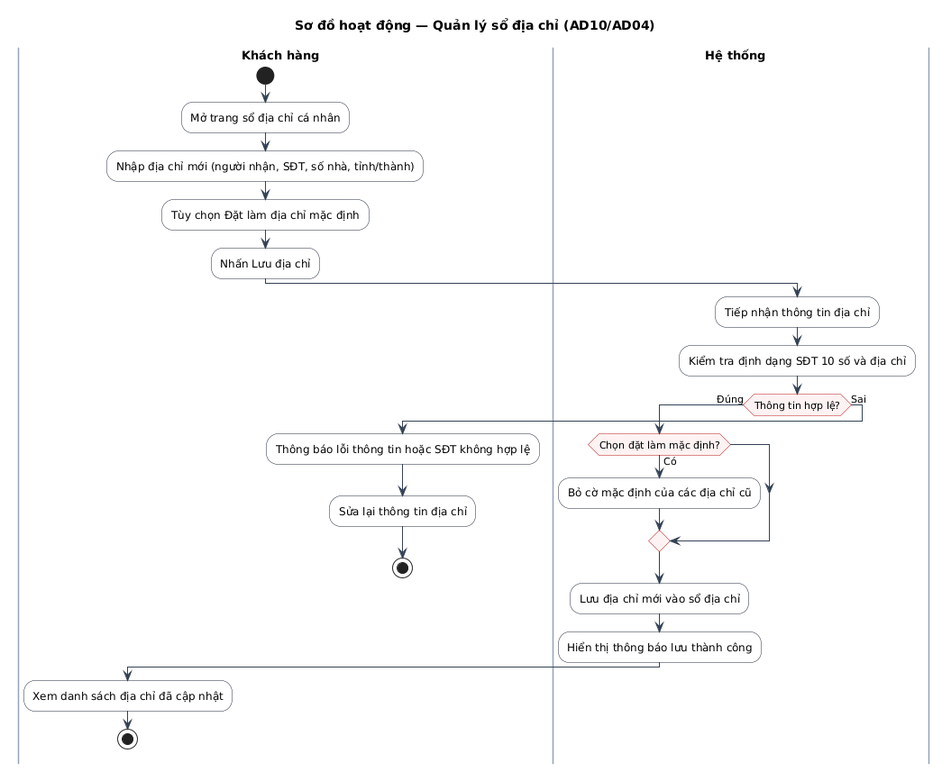
dungtttd01702-coder/vamos-store keeps this PlantUML diagram as docs/diagrams/activity/AD10_QUAN_LY_SO_DIA_CHI.png. Above is the earlier version. Source of this version:
```plantuml
@startuml
title Sơ đồ hoạt động — Quản lý sổ địa chỉ (AD10/AD04)

skinparam defaultFontName "Arial"
skinparam defaultFontSize 12
skinparam ActivityFontSize 12
skinparam ActivityBorderColor #1e293b
skinparam ActivityBackgroundColor #ffffff
skinparam ActivityDiamondBorderColor #b91c1c
skinparam ActivityDiamondBackgroundColor #fef2f2
skinparam ActivityDiamondFontSize 11
skinparam ArrowColor #334155
skinparam ArrowFontSize 11
skinparam SwimlaneTitleFontSize 13
skinparam SwimlaneTitleFontStyle bold
skinparam SwimlaneBorderColor #94a3b8
skinparam SwimlaneWidth same

|Khách hàng|
start
:Mở trang sổ địa chỉ cá nhân;
:Nhập địa chỉ mới (người nhận, SĐT, số nhà, tỉnh/thành);
:Tùy chọn Đặt làm địa chỉ mặc định;
:Nhấn Lưu địa chỉ;

|Hệ thống|
:Tiếp nhận thông tin địa chỉ;
:Kiểm tra định dạng SĐT 10 số và địa chỉ;
if (Thông tin hợp lệ?) then (Đúng)
  if (Chọn đặt làm mặc định?) then (Có)
    :Bỏ cờ mặc định của các địa chỉ cũ;
  endif
  :Lưu địa chỉ mới vào sổ địa chỉ;
  :Hiển thị thông báo lưu thành công;
  |Khách hàng|
  :Xem danh sách địa chỉ đã cập nhật;
  stop
else (Sai)
  :Thông báo lỗi thông tin hoặc SĐT không hợp lệ;
  |Khách hàng|
  :Sửa lại thông tin địa chỉ;
  stop
endif
@enduml
```
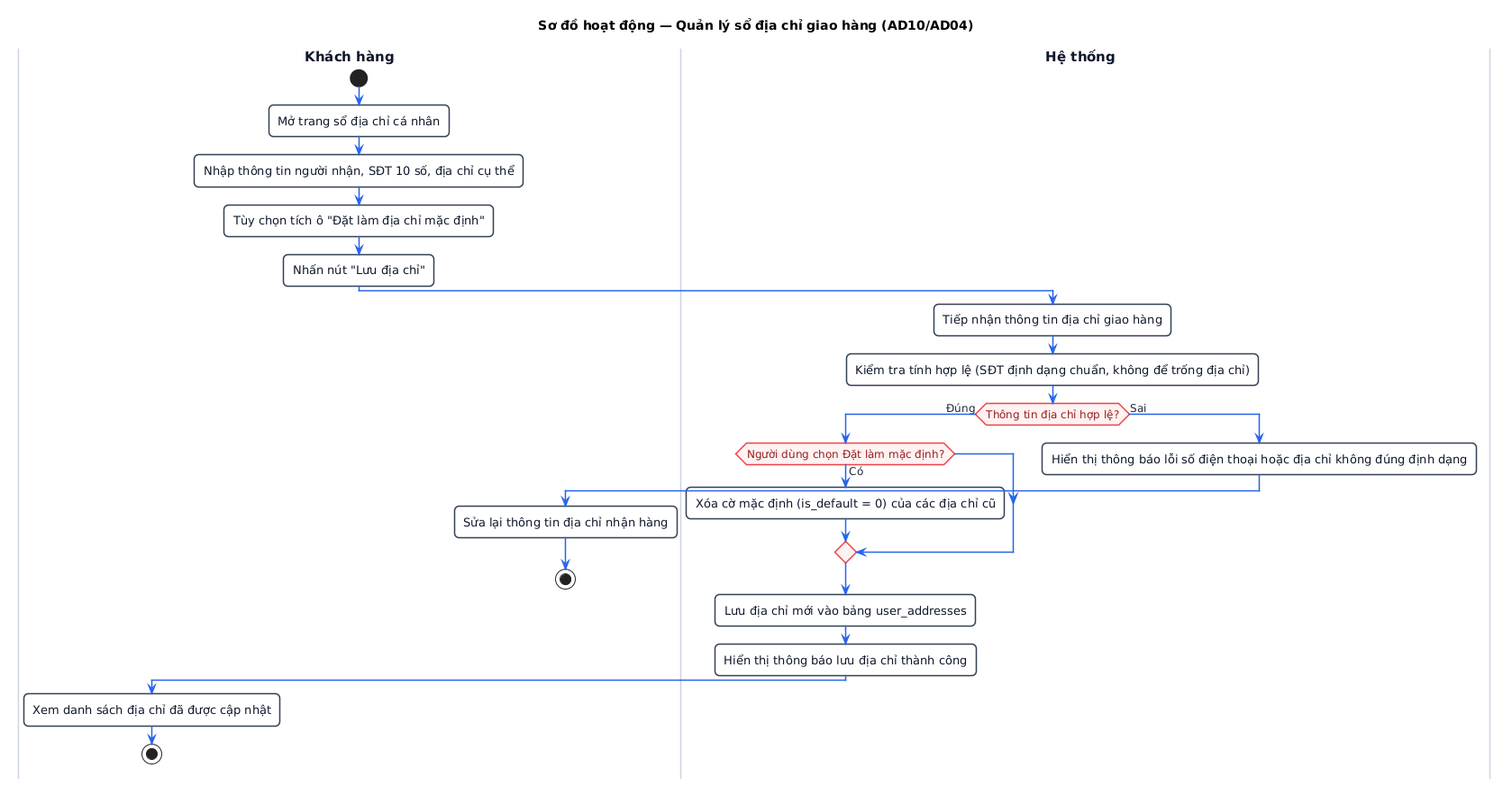
Above is the later version.

The edit, as a diff of the source:
```diff
@@ -1,44 +1,61 @@
 @startuml
-title Sơ đồ hoạt động — Quản lý sổ địa chỉ (AD10/AD04)
+title Sơ đồ hoạt động — Quản lý sổ địa chỉ giao hàng (AD10/AD04)
 
-skinparam defaultFontName "Arial"
-skinparam defaultFontSize 12
-skinparam ActivityFontSize 12
-skinparam ActivityBorderColor #1e293b
+skinparam defaultFontName "Segoe UI, Arial, sans-serif"
+skinparam defaultFontSize 13
+skinparam roundCorner 10
+skinparam shadowing false
+
+skinparam ActivityFontSize 13
+skinparam ActivityFontColor #0f172a
+skinparam ActivityBorderColor #334155
+skinparam ActivityBorderThickness 1.5
 skinparam ActivityBackgroundColor #ffffff
-skinparam ActivityDiamondBorderColor #b91c1c
+
+skinparam ActivityDiamondFontSize 12
+skinparam ActivityDiamondFontColor #991b1b
+skinparam ActivityDiamondBorderColor #ef4444
+skinparam ActivityDiamondBorderThickness 1.5
 skinparam ActivityDiamondBackgroundColor #fef2f2
-skinparam ActivityDiamondFontSize 11
-skinparam ArrowColor #334155
-skinparam ArrowFontSize 11
-skinparam SwimlaneTitleFontSize 13
+
+skinparam ArrowColor #2563eb
+skinparam ArrowFontSize 12
+skinparam ArrowFontColor #1e293b
+skinparam ArrowThickness 1.5
+
+skinparam SwimlaneTitleFontSize 15
 skinparam SwimlaneTitleFontStyle bold
-skinparam SwimlaneBorderColor #94a3b8
-skinparam SwimlaneWidth same
+skinparam SwimlaneTitleFontColor #0f172a
+skinparam SwimlaneBorderColor #cbd5e1
+skinparam SwimlaneBorderThickness 1.5
+skinparam SwimlaneWidth 380
 
 |Khách hàng|
 start
 :Mở trang sổ địa chỉ cá nhân;
-:Nhập địa chỉ mới (người nhận, SĐT, số nhà, tỉnh/thành);
-:Tùy chọn Đặt làm địa chỉ mặc định;
-:Nhấn Lưu địa chỉ;
+:Nhập thông tin người nhận, SĐT 10 số, địa chỉ cụ thể;
+:Tùy chọn tích ô "Đặt làm địa chỉ mặc định";
+:Nhấn nút "Lưu địa chỉ";
 
 |Hệ thống|
-:Tiếp nhận thông tin địa chỉ;
-:Kiểm tra định dạng SĐT 10 số và địa chỉ;
-if (Thông tin hợp lệ?) then (Đúng)
-  if (Chọn đặt làm mặc định?) then (Có)
-    :Bỏ cờ mặc định của các địa chỉ cũ;
+:Tiếp nhận thông tin địa chỉ giao hàng;
+:Kiểm tra tính hợp lệ (SĐT định dạng chuẩn, không để trống địa chỉ);
+
+if (Thông tin địa chỉ hợp lệ?) then (Đúng)
+  |Hệ thống|
+  if (Người dùng chọn Đặt làm mặc định?) then (Có)
+    :Xóa cờ mặc định (is_default = 0) của các địa chỉ cũ;
   endif
-  :Lưu địa chỉ mới vào sổ địa chỉ;
-  :Hiển thị thông báo lưu thành công;
+  :Lưu địa chỉ mới vào bảng user_addresses;
+  :Hiển thị thông báo lưu địa chỉ thành công;
   |Khách hàng|
-  :Xem danh sách địa chỉ đã cập nhật;
+  :Xem danh sách địa chỉ đã được cập nhật;
   stop
 else (Sai)
-  :Thông báo lỗi thông tin hoặc SĐT không hợp lệ;
+  |Hệ thống|
+  :Hiển thị thông báo lỗi số điện thoại hoặc địa chỉ không đúng định dạng;
   |Khách hàng|
-  :Sửa lại thông tin địa chỉ;
+  :Sửa lại thông tin địa chỉ nhận hàng;
   stop
 endif
 @enduml
```
